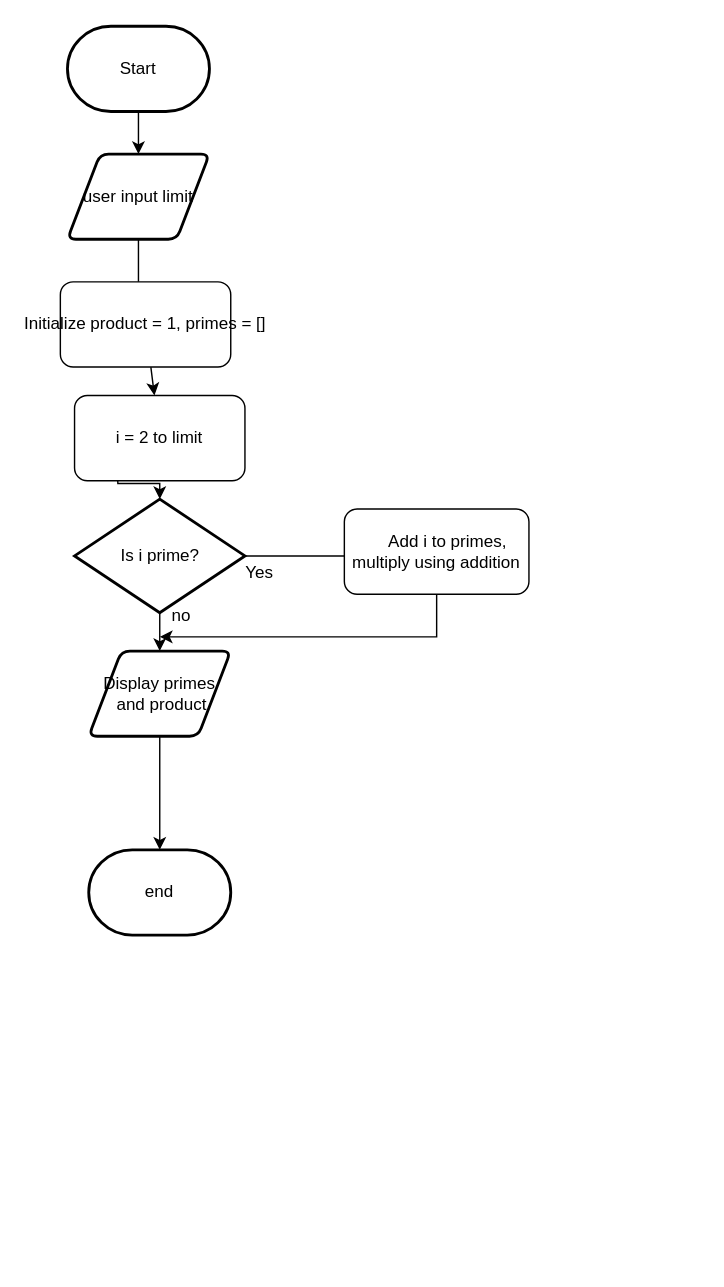
MTHS-ICD2O-1-2024/ICD2O-Assignment-05-Joyce-Nkengbeza keeps this draw.io diagram as design/flowchart.drawio. Above is the earlier version. Source tidied: cells renumbered, new cells numbered last; positions are measured from the earlier drawing's top-left corner, leaving out a move shared by most shapes. Both pictures are drawn from the tidied source at 142%, with x=0, y=0 at pixel (60, 26).
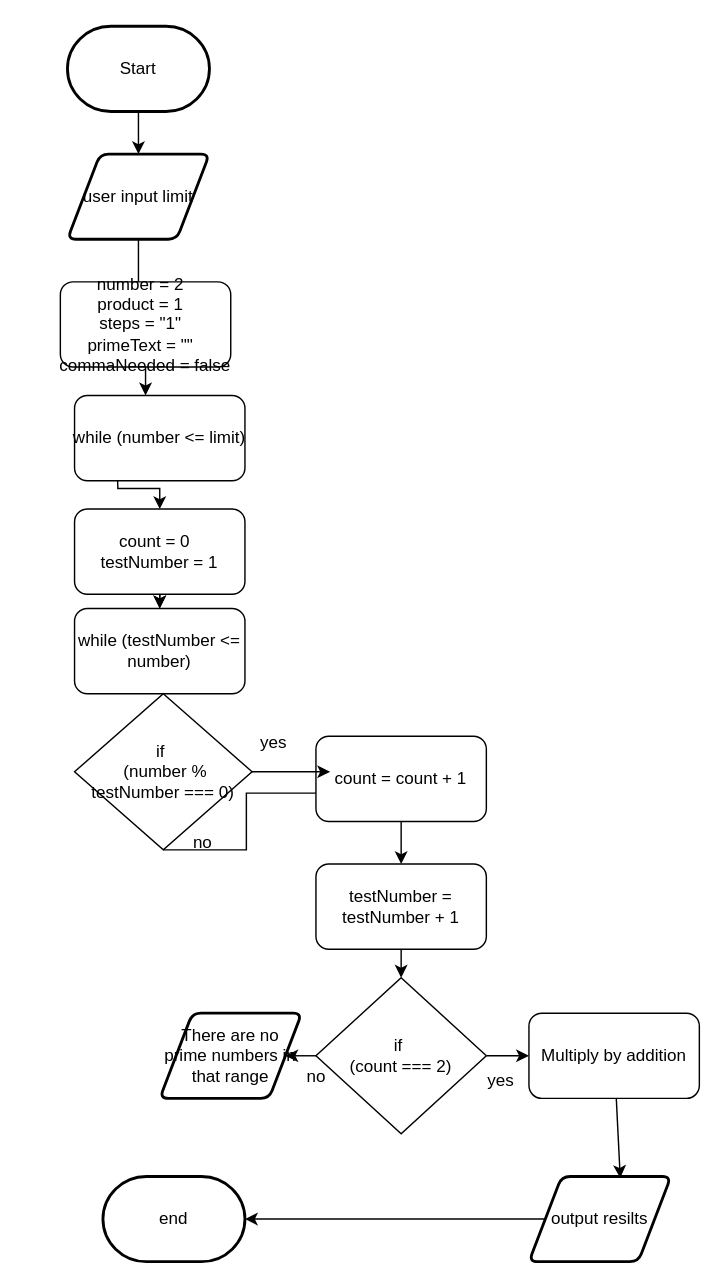
After the change.

The change refers to these unchanged cells:
```xml
<mxCell id="11" value="user input limit" style="shape=parallelogram;html=1;strokeWidth=2;perimeter=parallelogramPerimeter;whiteSpace=wrap;rounded=1;arcSize=12;size=0.23;" parent="1" vertex="1">
  <mxGeometry x="5" y="90" width="100" height="60" as="geometry" />
</mxCell>
```

What changed in the source:
```diff
@@
-    <mxCell id="2" style="edgeStyle=none;html=1;" parent="1" edge="1" source="4">
-      <mxGeometry relative="1" as="geometry">
-        <mxPoint x="70" y="440" as="targetPoint" />
-      </mxGeometry>
-    </mxCell>
-    <mxCell id="3" style="edgeStyle=none;html=1;exitX=1;exitY=0.5;exitDx=0;exitDy=0;" parent="1" edge="1" source="4">
-      <mxGeometry relative="1" as="geometry">
-        <mxPoint x="210" y="373" as="targetPoint" />
-      </mxGeometry>
-    </mxCell>
-    <mxCell id="4" value="Is i prime?" style="rhombus;html=1;strokeWidth=2;" parent="1" vertex="1">
-      <mxGeometry x="10" y="333" width="120" height="80" as="geometry" />
-    </mxCell>
-    <mxCell id="5" style="edgeStyle=elbowEdgeStyle;html=1;elbow=vertical;rounded=0;curved=0;exitX=0.5;exitY=1;exitDx=0;exitDy=0;" parent="1" edge="1" source="17">
-      <mxGeometry relative="1" as="geometry">
-        <mxPoint x="70" y="430" as="targetPoint" />
-        <Array as="points">
-          <mxPoint x="170" y="430" />
-        </Array>
-      </mxGeometry>
-    </mxCell>
-    <mxCell id="6" style="edgeStyle=orthogonalEdgeStyle;html=1;rounded=0;" parent="1" edge="1" target="4">
-      <mxGeometry relative="1" as="geometry">
-        <mxPoint x="40" y="310" as="sourcePoint" />
-      </mxGeometry>
-    </mxCell>
-    <mxCell id="7" style="edgeStyle=orthogonalEdgeStyle;html=1;rounded=0;" parent="1" edge="1">
-      <mxGeometry relative="1" as="geometry">
-        <mxPoint x="70" y="500" as="sourcePoint" />
-        <mxPoint x="70" y="580" as="targetPoint" />
-      </mxGeometry>
-    </mxCell>
+    <mxCell id="20" style="edgeStyle=orthogonalEdgeStyle;html=1;rounded=0;entryX=0.5;entryY=0;entryDx=0;entryDy=0;" parent="1" edge="1" target="27">
+      <mxGeometry relative="1" as="geometry">
+        <mxPoint x="40" y="310" as="sourcePoint" />
+      </mxGeometry>
+    </mxCell>
@@
-    <mxCell id="10" style="edgeStyle=none;html=1;" parent="1" edge="1" source="11">
-      <mxGeometry relative="1" as="geometry">
-        <mxPoint x="55" y="190" as="targetPoint" />
-      </mxGeometry>
-    </mxCell>
+    <mxCell id="21" style="edgeStyle=none;html=1;" parent="1" edge="1" source="11">
+      <mxGeometry relative="1" as="geometry">
+        <mxPoint x="55" y="190" as="targetPoint" />
+      </mxGeometry>
+    </mxCell>
@@
-    <mxCell id="12" style="edgeStyle=none;html=1;" parent="1" edge="1" source="13" target="14">
-      <mxGeometry relative="1" as="geometry" />
-    </mxCell>
-    <mxCell id="13" value="&lt;span style=&quot;color: rgb(0, 0, 0); text-wrap-mode: nowrap;&quot;&gt;Initialize product = 1, primes = []&lt;/span&gt;" style="rounded=1;whiteSpace=wrap;html=1;" parent="1" vertex="1">
-      <mxGeometry y="180" width="120" height="60" as="geometry" />
-    </mxCell>
-    <mxCell id="14" value="&lt;span style=&quot;color: rgb(0, 0, 0); text-wrap-mode: nowrap;&quot;&gt;i = 2 to limit&lt;/span&gt;" style="rounded=1;whiteSpace=wrap;html=1;" parent="1" vertex="1">
-      <mxGeometry x="10" y="260" width="120" height="60" as="geometry" />
-    </mxCell>
-    <mxCell id="15" value="Yes" style="text;html=1;align=center;verticalAlign=middle;strokeColor=none;fillColor=none;" parent="1" vertex="1">
-      <mxGeometry x="120" y="370" width="40" height="30" as="geometry" />
-    </mxCell>
-    <mxCell id="16" value="no" style="text;html=1;align=center;verticalAlign=middle;strokeColor=none;fillColor=none;" parent="1" vertex="1">
-      <mxGeometry x="65" y="400" width="40" height="30" as="geometry" />
-    </mxCell>
-    <mxCell id="17" value="&lt;span style=&quot;color: rgb(0, 0, 0); text-wrap-mode: nowrap;&quot;&gt;&amp;nbsp; &amp;nbsp; &amp;nbsp; Add i to primes,&amp;nbsp;&lt;/span&gt;&lt;div&gt;&lt;span style=&quot;color: rgb(0, 0, 0); text-wrap-mode: nowrap;&quot;&gt;multiply using addition&lt;/span&gt;&lt;/div&gt;" style="rounded=1;whiteSpace=wrap;html=1;" parent="1" vertex="1">
-      <mxGeometry x="200" y="340" width="130" height="60" as="geometry" />
-    </mxCell>
-    <mxCell id="18" value="&lt;span style=&quot;color: rgb(0, 0, 0); text-wrap-mode: nowrap;&quot;&gt;Display primes&lt;/span&gt;&lt;div&gt;&lt;span style=&quot;color: rgb(0, 0, 0); text-wrap-mode: nowrap;&quot;&gt;&amp;nbsp;and product&lt;/span&gt;&lt;/div&gt;" style="shape=parallelogram;html=1;strokeWidth=2;perimeter=parallelogramPerimeter;whiteSpace=wrap;rounded=1;arcSize=12;size=0.23;" parent="1" vertex="1">
-      <mxGeometry x="20" y="440" width="100" height="60" as="geometry" />
-    </mxCell>
+    <mxCell id="22" style="edgeStyle=none;html=1;" parent="1" edge="1" source="23" target="25">
+      <mxGeometry relative="1" as="geometry">
+        <Array as="points">
+          <mxPoint x="60" y="260" />
+        </Array>
+      </mxGeometry>
+    </mxCell>
+    <mxCell id="23" value="&lt;div&gt;&lt;font color=&quot;#000000&quot;&gt;&lt;span style=&quot;text-wrap-mode: nowrap;&quot;&gt;number = 2&amp;nbsp;&amp;nbsp;&lt;/span&gt;&lt;/font&gt;&lt;/div&gt;&lt;div&gt;&lt;font color=&quot;#000000&quot;&gt;&lt;span style=&quot;text-wrap-mode: nowrap;&quot;&gt;product = 1&amp;nbsp;&amp;nbsp;&lt;/span&gt;&lt;/font&gt;&lt;/div&gt;&lt;div&gt;&lt;font color=&quot;#000000&quot;&gt;&lt;span style=&quot;text-wrap-mode: nowrap;&quot;&gt;steps = &quot;1&quot;&amp;nbsp;&amp;nbsp;&lt;/span&gt;&lt;/font&gt;&lt;/div&gt;&lt;div&gt;&lt;font color=&quot;#000000&quot;&gt;&lt;span style=&quot;text-wrap-mode: nowrap;&quot;&gt;primeText = &quot;&quot;&amp;nbsp;&amp;nbsp;&lt;/span&gt;&lt;/font&gt;&lt;/div&gt;&lt;div&gt;&lt;font color=&quot;#000000&quot;&gt;&lt;span style=&quot;text-wrap-mode: nowrap;&quot;&gt;commaNeeded = false&lt;/span&gt;&lt;/font&gt;&lt;/div&gt;" style="rounded=1;whiteSpace=wrap;html=1;" parent="1" vertex="1">
+      <mxGeometry y="180" width="120" height="60" as="geometry" />
+    </mxCell>
+    <mxCell id="24" style="edgeStyle=none;html=1;exitX=0.5;exitY=0;exitDx=0;exitDy=0;" parent="1" edge="1" source="27" target="28">
+      <mxGeometry relative="1" as="geometry" />
+    </mxCell>
+    <mxCell id="25" value="&lt;span style=&quot;color: rgb(0, 0, 0); text-wrap-mode: nowrap;&quot;&gt;while (number &amp;lt;= limit)&lt;/span&gt;" style="rounded=1;whiteSpace=wrap;html=1;" parent="1" vertex="1">
+      <mxGeometry x="10" y="260" width="120" height="60" as="geometry" />
+    </mxCell>
     <mxCell id="19" value="end" style="strokeWidth=2;html=1;shape=mxgraph.flowchart.terminator;whiteSpace=wrap;" parent="1" vertex="1">
-      <mxGeometry x="20" y="580" width="100" height="60" as="geometry" />
+      <mxGeometry x="30" y="810" width="100" height="60" as="geometry" />
     </mxCell>
+    <mxCell id="26" style="edgeStyle=none;html=1;exitX=0.5;exitY=1;exitDx=0;exitDy=0;entryX=0.5;entryY=0;entryDx=0;entryDy=0;" parent="1" edge="1" source="27" target="28">
+      <mxGeometry relative="1" as="geometry" />
+    </mxCell>
+    <mxCell id="27" value="&lt;div&gt;&lt;font color=&quot;#000000&quot;&gt;count = 0&amp;nbsp;&amp;nbsp;&lt;/font&gt;&lt;/div&gt;&lt;div&gt;&lt;font color=&quot;#000000&quot;&gt;testNumber = 1&lt;/font&gt;&lt;/div&gt;" style="rounded=1;whiteSpace=wrap;html=1;" parent="1" vertex="1">
+      <mxGeometry x="10" y="340" width="120" height="60" as="geometry" />
+    </mxCell>
+    <mxCell id="28" value="while (testNumber &amp;lt;= number)" style="rounded=1;whiteSpace=wrap;html=1;" parent="1" vertex="1">
+      <mxGeometry x="10" y="410" width="120" height="60" as="geometry" />
+    </mxCell>
+    <mxCell id="29" style="edgeStyle=elbowEdgeStyle;html=1;exitX=0.5;exitY=1;exitDx=0;exitDy=0;entryX=0.083;entryY=0.667;entryDx=0;entryDy=0;entryPerimeter=0;rounded=0;curved=0;" parent="1" edge="1" source="30" target="33">
+      <mxGeometry relative="1" as="geometry" />
+    </mxCell>
+    <mxCell id="30" value="if&amp;nbsp;&lt;div&gt;&lt;span style=&quot;color: rgb(0, 0, 0);&quot;&gt;&amp;nbsp;(number % testNumber === 0)&lt;/span&gt;&lt;/div&gt;" style="rhombus;whiteSpace=wrap;html=1;" parent="1" vertex="1">
+      <mxGeometry x="10" y="470" width="125" height="110" as="geometry" />
+    </mxCell>
+    <mxCell id="31" value="yes" style="text;html=1;align=center;verticalAlign=middle;strokeColor=none;fillColor=none;" parent="1" vertex="1">
+      <mxGeometry x="130" y="490" width="40" height="30" as="geometry" />
+    </mxCell>
+    <mxCell id="32" style="edgeStyle=none;html=1;exitX=0.5;exitY=1;exitDx=0;exitDy=0;entryX=0.5;entryY=0;entryDx=0;entryDy=0;" parent="1" edge="1" source="33" target="35">
+      <mxGeometry relative="1" as="geometry" />
+    </mxCell>
+    <mxCell id="33" value="count = count + 1" style="rounded=1;whiteSpace=wrap;html=1;" parent="1" vertex="1">
+      <mxGeometry x="180" y="500" width="120" height="60" as="geometry" />
+    </mxCell>
+    <mxCell id="34" style="edgeStyle=none;html=1;exitX=0.5;exitY=1;exitDx=0;exitDy=0;entryX=0.5;entryY=0;entryDx=0;entryDy=0;" parent="1" edge="1" source="35" target="38">
+      <mxGeometry relative="1" as="geometry" />
+    </mxCell>
+    <mxCell id="35" value="testNumber = testNumber + 1" style="rounded=1;whiteSpace=wrap;html=1;" parent="1" vertex="1">
+      <mxGeometry x="180" y="590" width="120" height="60" as="geometry" />
+    </mxCell>
+    <mxCell id="36" style="edgeStyle=none;html=1;entryX=0;entryY=0.5;entryDx=0;entryDy=0;" parent="1" edge="1" source="38" target="39">
+      <mxGeometry relative="1" as="geometry" />
+    </mxCell>
+    <mxCell id="37" style="edgeStyle=none;html=1;exitX=0;exitY=0.5;exitDx=0;exitDy=0;entryX=1;entryY=0.5;entryDx=0;entryDy=0;" parent="1" edge="1" source="38" target="41">
+      <mxGeometry relative="1" as="geometry" />
+    </mxCell>
+    <mxCell id="38" value="if&amp;nbsp;&lt;div&gt;(count === 2)&lt;/div&gt;" style="rhombus;whiteSpace=wrap;html=1;" parent="1" vertex="1">
+      <mxGeometry x="180" y="670" width="120" height="110" as="geometry" />
+    </mxCell>
+    <mxCell id="39" value="Multiply by addition" style="rounded=1;whiteSpace=wrap;html=1;" parent="1" vertex="1">
+      <mxGeometry x="330" y="695" width="120" height="60" as="geometry" />
+    </mxCell>
+    <mxCell id="40" value="output resilts" style="shape=parallelogram;html=1;strokeWidth=2;perimeter=parallelogramPerimeter;whiteSpace=wrap;rounded=1;arcSize=12;size=0.23;" parent="1" vertex="1">
+      <mxGeometry x="330" y="810" width="100" height="60" as="geometry" />
+    </mxCell>
+    <mxCell id="41" value="There are no prime numbers in that range" style="shape=parallelogram;html=1;strokeWidth=2;perimeter=parallelogramPerimeter;whiteSpace=wrap;rounded=1;arcSize=12;size=0.23;" parent="1" vertex="1">
+      <mxGeometry x="70" y="695" width="100" height="60" as="geometry" />
+    </mxCell>
+    <mxCell id="42" value="yes" style="text;html=1;align=center;verticalAlign=middle;strokeColor=none;fillColor=none;" parent="1" vertex="1">
+      <mxGeometry x="290" y="728" width="40" height="30" as="geometry" />
+    </mxCell>
+    <mxCell id="43" value="no" style="text;html=1;align=center;verticalAlign=middle;strokeColor=none;fillColor=none;" parent="1" vertex="1">
+      <mxGeometry x="160" y="725" width="40" height="30" as="geometry" />
+    </mxCell>
+    <mxCell id="44" style="edgeStyle=none;html=1;entryX=0.643;entryY=0.018;entryDx=0;entryDy=0;entryPerimeter=0;" parent="1" edge="1" source="39" target="40">
+      <mxGeometry relative="1" as="geometry" />
+    </mxCell>
+    <mxCell id="45" style="edgeStyle=none;html=1;entryX=1;entryY=0.5;entryDx=0;entryDy=0;entryPerimeter=0;" parent="1" edge="1" source="40" target="19">
+      <mxGeometry relative="1" as="geometry" />
+    </mxCell>
+    <mxCell id="46" style="edgeStyle=none;html=1;entryX=0.083;entryY=0.417;entryDx=0;entryDy=0;entryPerimeter=0;" parent="1" edge="1" source="30" target="33">
+      <mxGeometry relative="1" as="geometry" />
+    </mxCell>
+    <mxCell id="47" value="no" style="text;html=1;align=center;verticalAlign=middle;strokeColor=none;fillColor=none;" parent="1" vertex="1">
+      <mxGeometry x="80" y="560" width="40" height="30" as="geometry" />
+    </mxCell>
```
